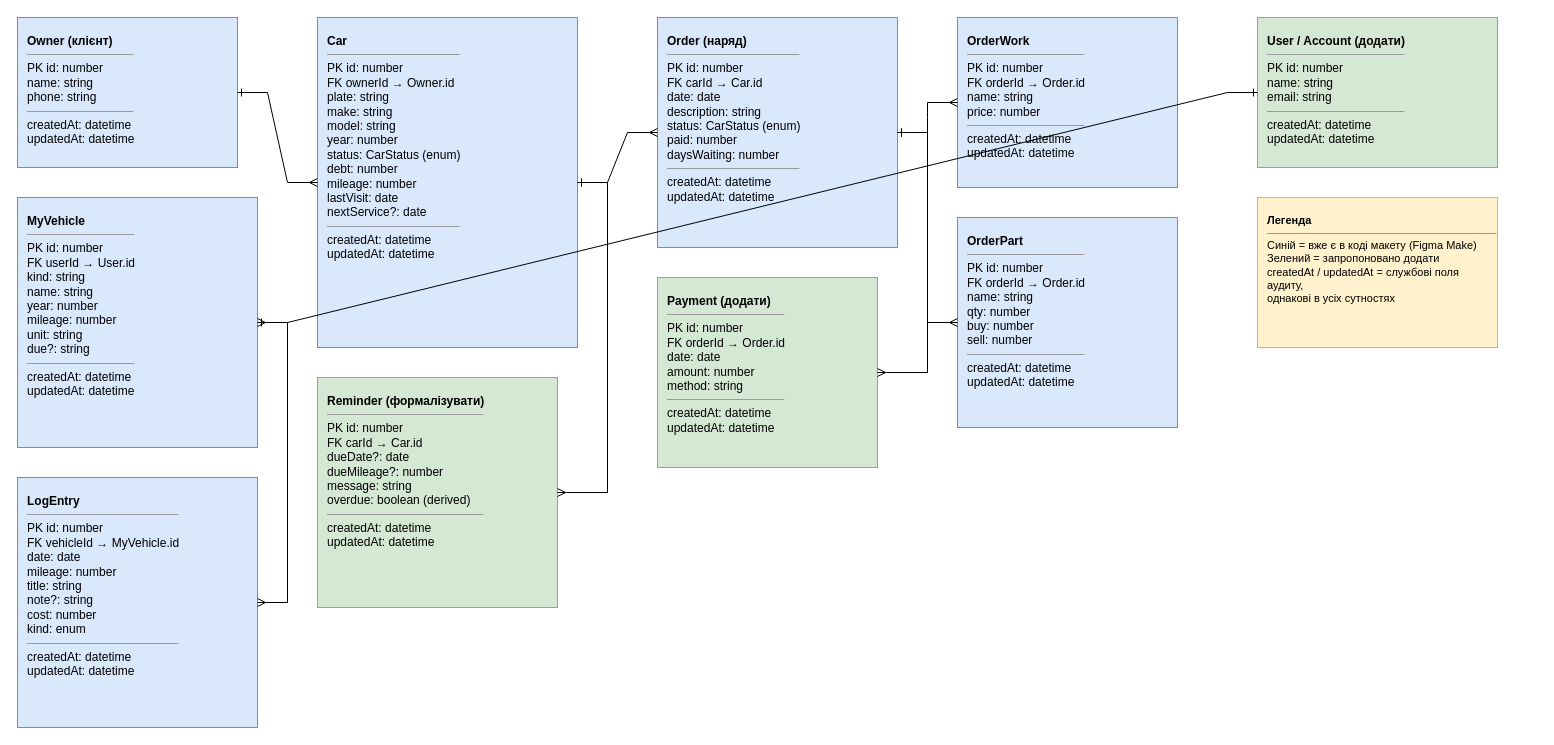
Before: garage-erd.drawio in maksymkrat/GarageOS, a draw.io diagram. Source tidied: cells renumbered, new cells numbered last; positions are measured from the earlier drawing's top-left corner, leaving out a move shared by most shapes. Both pictures are drawn from the tidied source at 100%, with x=0, y=0 at pixel (17, 17).
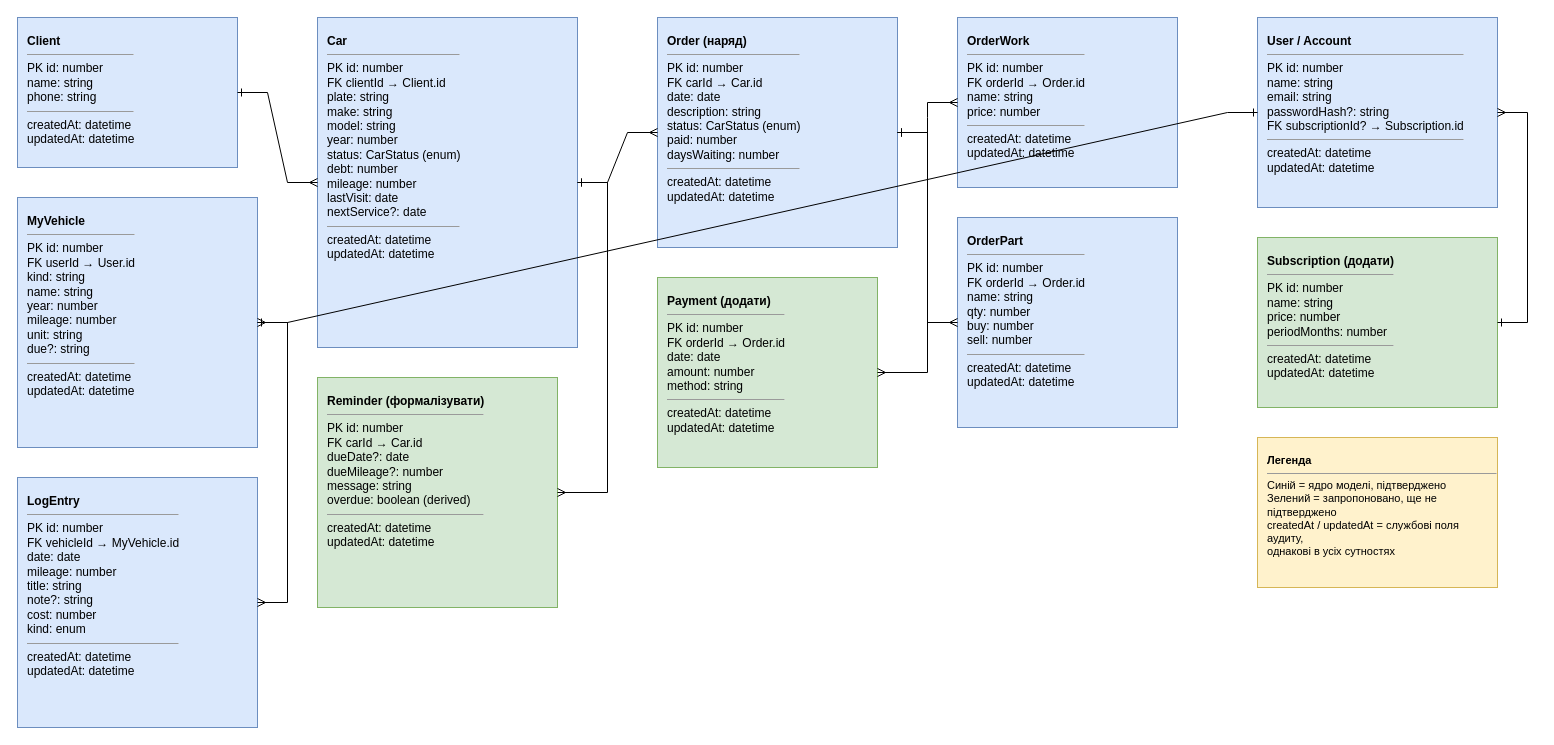
Above is the later version.

Commit message:
docs: Owner -> Client, розширити User, додати сутність Subscription

The edit, as a diff of the source:
```diff
@@
-    <mxCell id="2" value="&lt;b&gt;Owner (клієнт)&lt;/b&gt;&lt;hr size=1&gt;PK id: number&lt;br&gt;name: string&lt;br&gt;phone: string&lt;hr size=1&gt;createdAt: datetime&lt;br&gt;updatedAt: datetime" style="rounded=0;whiteSpace=wrap;html=1;align=left;verticalAlign=top;spacingLeft=8;spacingTop=10;fontSize=12;fillColor=#dae8fc;strokeColor=#6c8ebf;" parent="1" vertex="1">
-      <mxGeometry width="220" height="150" as="geometry" />
-    </mxCell>
+    <mxCell id="21" value="&lt;b&gt;Client&lt;/b&gt;&lt;hr size=1&gt;PK id: number&lt;br&gt;name: string&lt;br&gt;phone: string&lt;hr size=1&gt;createdAt: datetime&lt;br&gt;updatedAt: datetime" style="rounded=0;whiteSpace=wrap;html=1;align=left;verticalAlign=top;spacingLeft=8;spacingTop=10;fontSize=12;fillColor=#dae8fc;strokeColor=#6c8ebf;" parent="1" vertex="1">
+      <mxGeometry width="220" height="150" as="geometry" />
+    </mxCell>
-    <mxCell id="3" value="&lt;b&gt;Car&lt;/b&gt;&lt;hr size=1&gt;PK id: number&lt;br&gt;FK ownerId → Owner.id&lt;br&gt;plate: string&lt;br&gt;make: string&lt;br&gt;model: string&lt;br&gt;year: number&lt;br&gt;status: CarStatus (enum)&lt;br&gt;debt: number&lt;br&gt;mileage: number&lt;br&gt;lastVisit: date&lt;br&gt;nextService?: date&lt;hr size=1&gt;createdAt: datetime&lt;br&gt;updatedAt: datetime" style="rounded=0;whiteSpace=wrap;html=1;align=left;verticalAlign=top;spacingLeft=8;spacingTop=10;fontSize=12;fillColor=#dae8fc;strokeColor=#6c8ebf;" parent="1" vertex="1">
+    <mxCell id="3" value="&lt;b&gt;Car&lt;/b&gt;&lt;hr size=1&gt;PK id: number&lt;br&gt;FK clientId → Client.id&lt;br&gt;plate: string&lt;br&gt;make: string&lt;br&gt;model: string&lt;br&gt;year: number&lt;br&gt;status: CarStatus (enum)&lt;br&gt;debt: number&lt;br&gt;mileage: number&lt;br&gt;lastVisit: date&lt;br&gt;nextService?: date&lt;hr size=1&gt;createdAt: datetime&lt;br&gt;updatedAt: datetime" style="rounded=0;whiteSpace=wrap;html=1;align=left;verticalAlign=top;spacingLeft=8;spacingTop=10;fontSize=12;fillColor=#dae8fc;strokeColor=#6c8ebf;" parent="1" vertex="1">
       <mxGeometry x="300" width="260" height="330" as="geometry" />
     </mxCell>
@@
-    <mxCell id="11" value="&lt;b&gt;User / Account (додати)&lt;/b&gt;&lt;hr size=1&gt;PK id: number&lt;br&gt;name: string&lt;br&gt;email: string&lt;hr size=1&gt;createdAt: datetime&lt;br&gt;updatedAt: datetime" style="rounded=0;whiteSpace=wrap;html=1;align=left;verticalAlign=top;spacingLeft=8;spacingTop=10;fontSize=12;fillColor=#d5e8d4;strokeColor=#82b366;" parent="1" vertex="1">
-      <mxGeometry x="1240" width="240" height="150" as="geometry" />
+    <mxCell id="11" value="&lt;b&gt;User / Account&lt;/b&gt;&lt;hr size=1&gt;PK id: number&lt;br&gt;name: string&lt;br&gt;email: string&lt;br&gt;passwordHash?: string&lt;br&gt;FK subscriptionId? → Subscription.id&lt;hr size=1&gt;createdAt: datetime&lt;br&gt;updatedAt: datetime" style="rounded=0;whiteSpace=wrap;html=1;align=left;verticalAlign=top;spacingLeft=8;spacingTop=10;fontSize=12;fillColor=#dae8fc;strokeColor=#6c8ebf;" parent="1" vertex="1">
+      <mxGeometry x="1240" width="240" height="190" as="geometry" />
     </mxCell>
-    <mxCell id="12" style="edgeStyle=entityRelationEdgeStyle;rounded=0;html=1;startArrow=ERone;startFill=0;endArrow=ERmany;endFill=0;fontSize=10;" parent="1" edge="1" source="2" target="3">
+    <mxCell id="12" style="edgeStyle=entityRelationEdgeStyle;rounded=0;html=1;startArrow=ERone;startFill=0;endArrow=ERmany;endFill=0;fontSize=10;" parent="1" edge="1" source="21" target="3">
       <mxGeometry relative="1" as="geometry" />
     </mxCell>
@@
+    <mxCell id="22" value="&lt;b&gt;Subscription (додати)&lt;/b&gt;&lt;hr size=1&gt;PK id: number&lt;br&gt;name: string&lt;br&gt;price: number&lt;br&gt;periodMonths: number&lt;hr size=1&gt;createdAt: datetime&lt;br&gt;updatedAt: datetime" style="rounded=0;whiteSpace=wrap;html=1;align=left;verticalAlign=top;spacingLeft=8;spacingTop=10;fontSize=12;fillColor=#d5e8d4;strokeColor=#82b366;" parent="1" vertex="1">
+      <mxGeometry x="1240" y="220" width="240" height="170" as="geometry" />
+    </mxCell>
+    <mxCell id="23" style="edgeStyle=entityRelationEdgeStyle;rounded=0;html=1;startArrow=ERone;startFill=0;endArrow=ERmany;endFill=0;fontSize=10;" parent="1" edge="1" source="22" target="11">
+      <mxGeometry relative="1" as="geometry" />
+    </mxCell>
-    <mxCell id="20" value="&lt;b&gt;Легенда&lt;/b&gt;&lt;hr size=1&gt;Синій = вже є в коді макету (Figma Make)&lt;br&gt;Зелений = запропоновано додати&lt;br&gt;createdAt / updatedAt = службові поля аудиту,&lt;br&gt;однакові в усіх сутностях" style="rounded=0;whiteSpace=wrap;html=1;align=left;verticalAlign=top;spacingLeft=8;spacingTop=10;fontSize=11;fillColor=#fff2cc;strokeColor=#d6b656;" parent="1" vertex="1">
-      <mxGeometry x="1240" y="180" width="240" height="150" as="geometry" />
+    <mxCell id="20" value="&lt;b&gt;Легенда&lt;/b&gt;&lt;hr size=1&gt;Синій = ядро моделі, підтверджено&lt;br&gt;Зелений = запропоновано, ще не підтверджено&lt;br&gt;createdAt / updatedAt = службові поля аудиту,&lt;br&gt;однакові в усіх сутностях" style="rounded=0;whiteSpace=wrap;html=1;align=left;verticalAlign=top;spacingLeft=8;spacingTop=10;fontSize=11;fillColor=#fff2cc;strokeColor=#d6b656;" parent="1" vertex="1">
+      <mxGeometry x="1240" y="420" width="240" height="150" as="geometry" />
     </mxCell>
```
